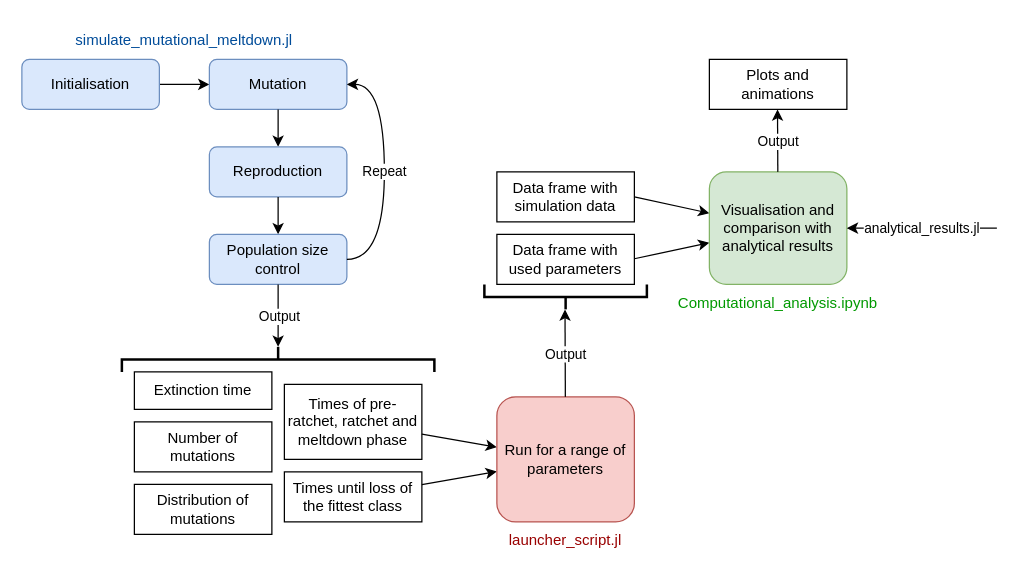
Before: Flowchart.drawio in LucyL-J/Time-to-mutational-meltdown, a draw.io diagram. Source tidied: cells renumbered, new cells numbered last; positions are measured from the earlier drawing's top-left corner, leaving out a move shared by most shapes. Both pictures are drawn from the tidied source at 125%, with x=0, y=0 at pixel (21, 21).
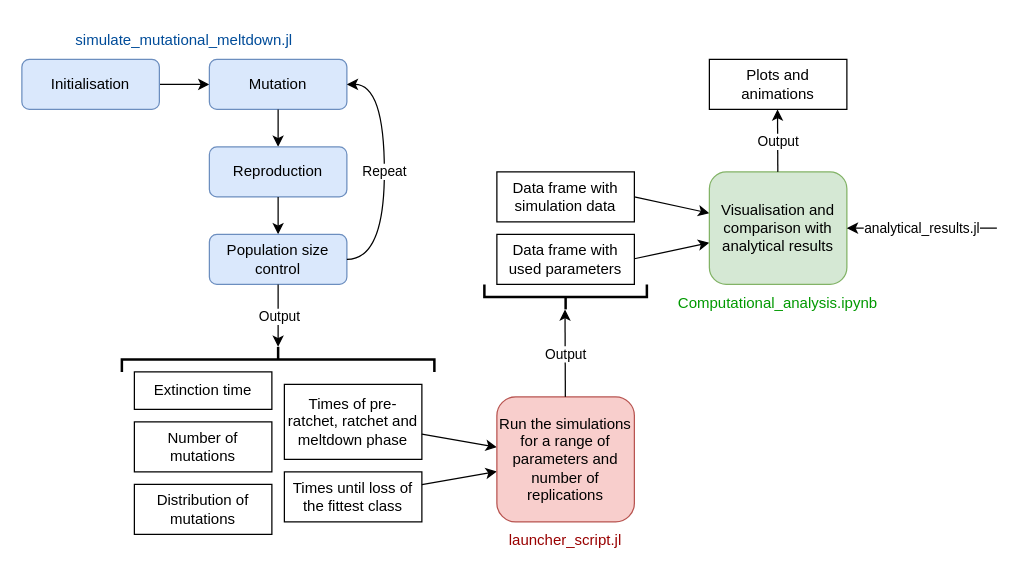
The same diagram, later.

Commit message:
Clarified that the launcher script calls the simulations

Diff of the diagram source:
```diff
@@
-    <mxCell id="19" value="Run for a range of parameters" style="rounded=1;whiteSpace=wrap;html=1;fillColor=#f8cecc;strokeColor=#b85450;" parent="1" vertex="1">
+    <mxCell id="19" value="Run the simulations for a range of parameters and number of replications" style="rounded=1;whiteSpace=wrap;html=1;fillColor=#f8cecc;strokeColor=#b85450;" parent="1" vertex="1">
       <mxGeometry x="380" y="300" width="110" height="100" as="geometry" />
     </mxCell>
```
